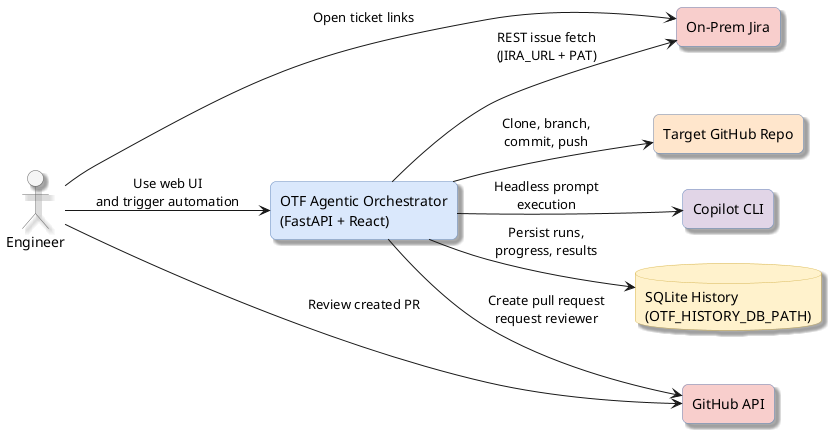
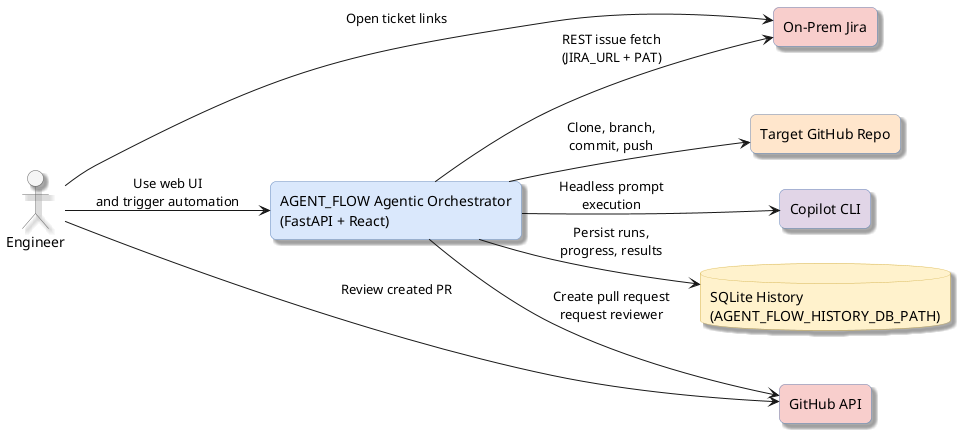
@startuml
skinparam shadowing true
skinparam roundcorner 12
skinparam componentStyle rectangle
left to right direction

skinparam rectangle {
  BackgroundColor #dae8fc
  BorderColor #6c8ebf
}

skinparam database {
  BackgroundColor #fff2cc
  BorderColor #d6b656
}

skinparam actor {
  BackgroundColor #f5f5f5
  BorderColor #666666
}

actor "Engineer" as Engineer
rectangle "On-Prem Jira" as Jira #f8cecc
rectangle "GitHub API" as GitHubApi #f8cecc
- database "SQLite History\n(OTF_HISTORY_DB_PATH)" as HistoryDb
+ database "SQLite History\n(AGENT_FLOW_HISTORY_DB_PATH)" as HistoryDb
rectangle "Target GitHub Repo" as TargetRepo #ffe6cc
rectangle "Copilot CLI" as Copilot #e1d5e7
- rectangle "OTF Agentic Orchestrator\n(FastAPI + React)" as Orchestrator #dae8fc
+ rectangle "AGENT_FLOW Agentic Orchestrator\n(FastAPI + React)" as Orchestrator #dae8fc

Engineer --> Orchestrator : Use web UI\nand trigger automation
Orchestrator --> Jira : REST issue fetch\n(JIRA_URL + PAT)
Orchestrator --> TargetRepo : Clone, branch,\ncommit, push
Orchestrator --> GitHubApi : Create pull request\nrequest reviewer
Orchestrator --> Copilot : Headless prompt\nexecution
Orchestrator --> HistoryDb : Persist runs,\nprogress, results
Engineer --> Jira : Open ticket links
Engineer --> GitHubApi : Review created PR

@enduml
